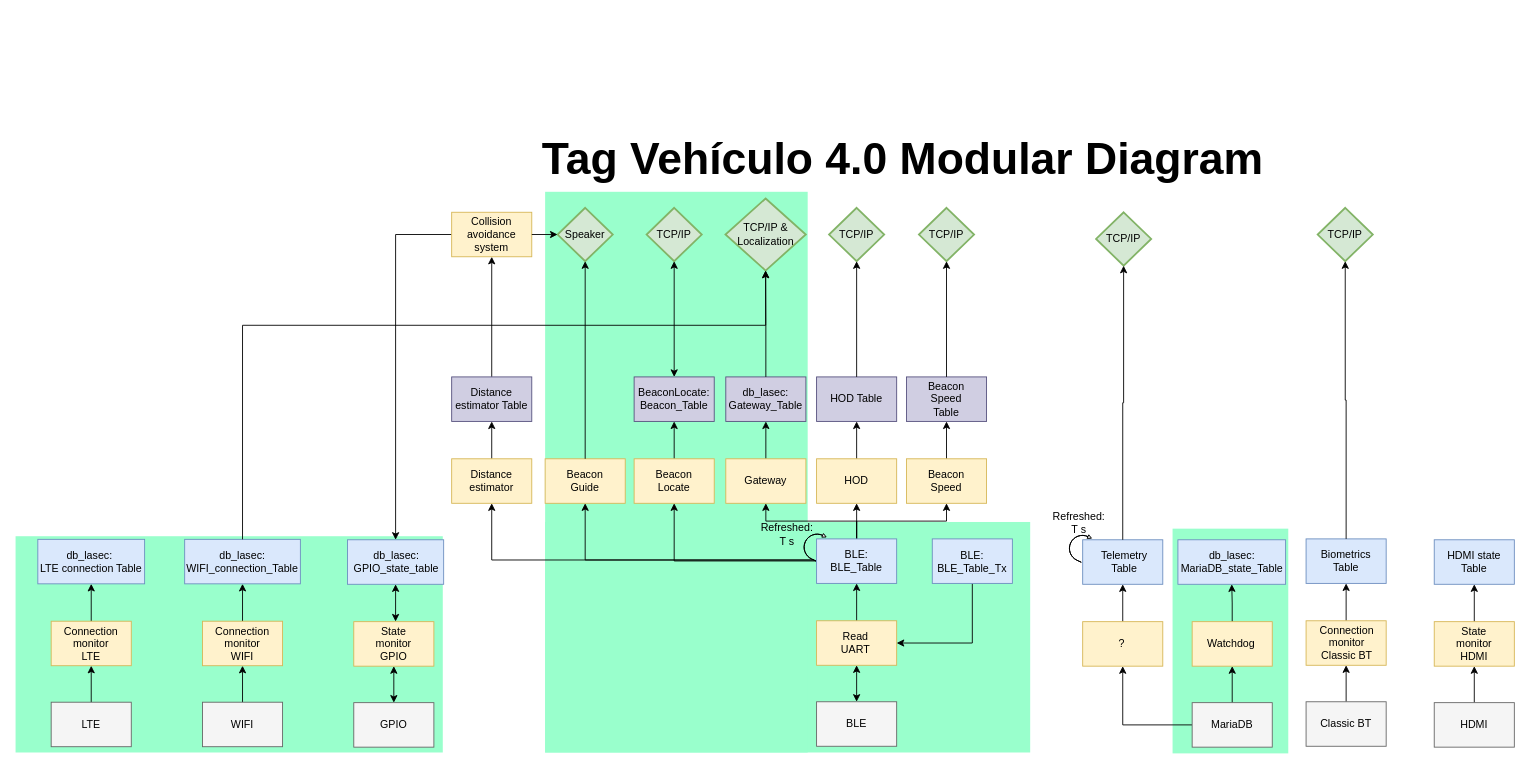
CesarRodriguez14/Tag_Vehiculo_4_0_Diagramas keeps this draw.io diagram as Diagrama modular de Tag Vehiculo 4_0.drawio. Above is the earlier version. Source tidied: cells renumbered, new cells numbered last; positions are measured from the earlier drawing's top-left corner, leaving out a move shared by most shapes. Both pictures are drawn from the tidied source at 89%, with x=0, y=0 at pixel (15, 135).
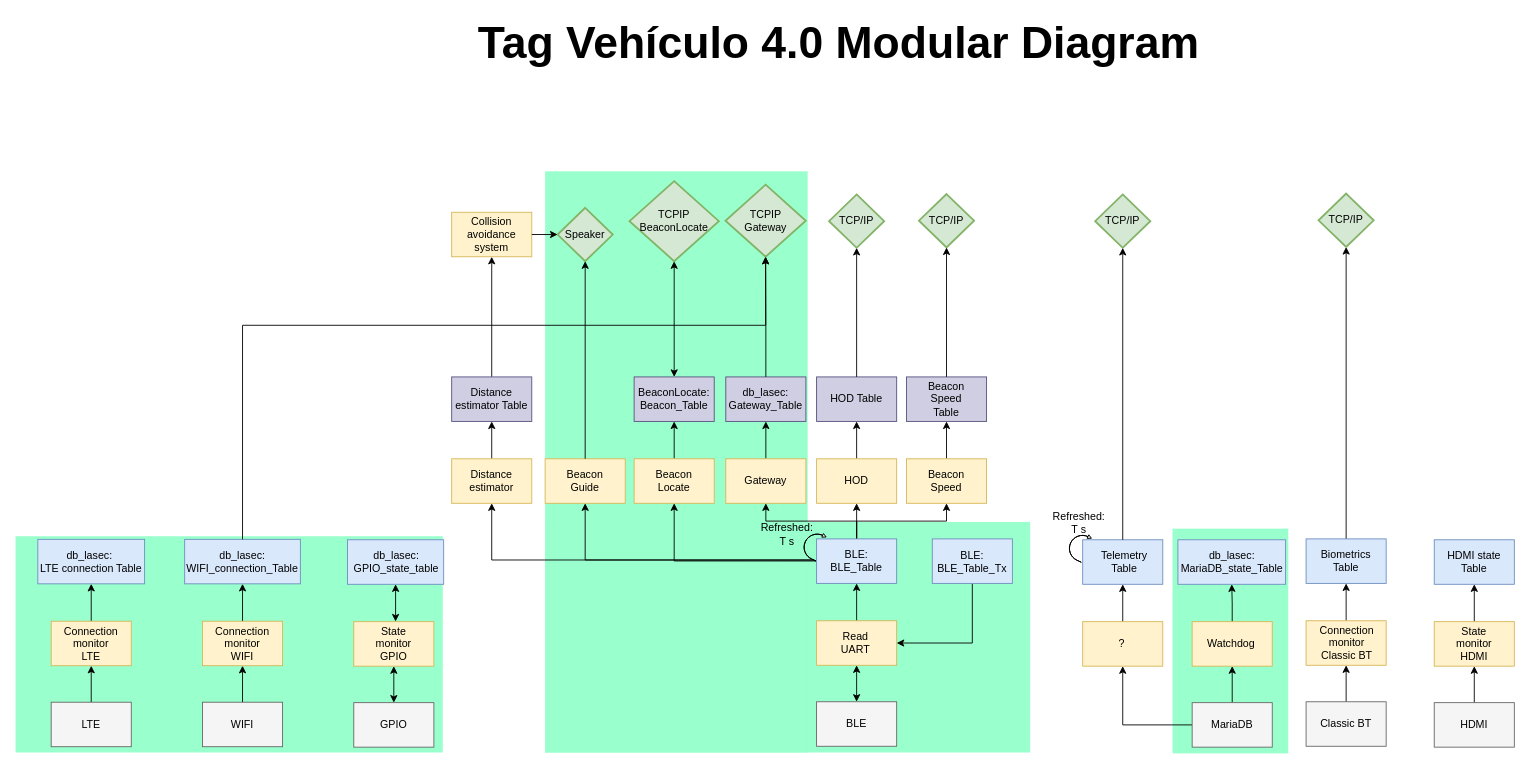
The same page after the edit.

Commit message:
Guardar aplicaciones TCPIP

The change refers to these unchanged cells:
```xml
<mxCell id="53" style="rounded=0;whiteSpace=wrap;html=1;fillColor=#dae8fc;strokeColor=#6c8ebf;" parent="1" vertex="1">
  <mxGeometry x="1450" y="453" width="90" height="50" as="geometry" />
</mxCell>
<mxCell id="60" style="rounded=0;whiteSpace=wrap;html=1;fillColor=#d0cee2;strokeColor=#56517e;" parent="1" vertex="1">
  <mxGeometry x="695" y="271" width="90" height="50" as="geometry" />
</mxCell>
<mxCell id="89" style="rounded=0;whiteSpace=wrap;html=1;fillColor=#dae8fc;strokeColor=#6c8ebf;" parent="1" vertex="1">
  <mxGeometry x="373" y="454" width="108" height="50" as="geometry" />
</mxCell>
<mxCell id="98" value="Speaker" style="strokeWidth=2;html=1;shape=mxgraph.flowchart.decision;whiteSpace=wrap;fillColor=#d5e8d4;strokeColor=#82b366;" parent="1" vertex="1">
  <mxGeometry x="609" y="81" width="62" height="60" as="geometry" />
</mxCell>
<mxCell id="119" value="Collision avoidance system" style="rounded=0;whiteSpace=wrap;html=1;fillColor=#fff2cc;strokeColor=#d6b656;" parent="1" vertex="1">
  <mxGeometry x="490" y="86" width="90" height="50" as="geometry" />
</mxCell>
```

Diff of the diagram source:
```diff
@@
     <mxCell id="5" style="rounded=0;whiteSpace=wrap;html=1;fillColor=#99FFCC;strokeColor=none;" parent="1" vertex="1">
-      <mxGeometry x="595" y="63" width="295" height="630" as="geometry" />
+      <mxGeometry x="595" y="40" width="295" height="653" as="geometry" />
     </mxCell>
@@
     <mxCell id="49" value="TCP/IP" style="strokeWidth=2;html=1;shape=mxgraph.flowchart.decision;whiteSpace=wrap;fillColor=#d5e8d4;strokeColor=#82b366;" parent="1" vertex="1">
-      <mxGeometry x="1214" y="86" width="62" height="60" as="geometry" />
+      <mxGeometry x="1213" y="66" width="62" height="60" as="geometry" />
     </mxCell>
@@
+    <mxCell id="56" style="edgeStyle=orthogonalEdgeStyle;rounded=0;jettySize=auto;html=1;" parent="1" edge="1" source="53" target="55">
+      <mxGeometry relative="1" as="geometry" />
+    </mxCell>
@@
     <mxCell id="55" value="TCP/IP" style="strokeWidth=2;html=1;shape=mxgraph.flowchart.decision;whiteSpace=wrap;fillColor=#d5e8d4;strokeColor=#82b366;" parent="1" vertex="1">
-      <mxGeometry x="1463" y="81" width="62" height="60" as="geometry" />
+      <mxGeometry x="1464" y="65" width="62" height="60" as="geometry" />
     </mxCell>
-    <mxCell id="56" style="edgeStyle=orthogonalEdgeStyle;rounded=0;jettySize=auto;html=1;exitX=0.5;exitY=0;exitDx=0;exitDy=0;entryX=0.5;entryY=1;entryDx=0;entryDy=0;entryPerimeter=0;" parent="1" edge="1" source="53" target="55">
-      <mxGeometry relative="1" as="geometry" />
-    </mxCell>
@@
-    <mxCell id="62" value="TCP/IP" style="strokeWidth=2;html=1;shape=mxgraph.flowchart.decision;whiteSpace=wrap;fillColor=#d5e8d4;strokeColor=#82b366;" parent="1" vertex="1">
-      <mxGeometry x="709" y="81" width="62" height="60" as="geometry" />
-    </mxCell>
@@
-    <mxCell id="80" value="TCP/IP &amp;amp; Localization" style="strokeWidth=2;html=1;shape=mxgraph.flowchart.decision;whiteSpace=wrap;fillColor=#d5e8d4;strokeColor=#82b366;" parent="1" vertex="1">
-      <mxGeometry x="797.6" y="70.5" width="90.3" height="81" as="geometry" />
+    <mxCell id="80" value="TCPIP&lt;div&gt;Gateway&lt;/div&gt;" style="strokeWidth=2;html=1;shape=mxgraph.flowchart.decision;whiteSpace=wrap;fillColor=#d5e8d4;strokeColor=#82b366;" parent="1" vertex="1">
+      <mxGeometry x="797.6" y="55" width="90.3" height="81" as="geometry" />
     </mxCell>
@@
     <mxCell id="82" value="TCP/IP" style="strokeWidth=2;html=1;shape=mxgraph.flowchart.decision;whiteSpace=wrap;fillColor=#d5e8d4;strokeColor=#82b366;" parent="1" vertex="1">
-      <mxGeometry x="914" y="81" width="62" height="60" as="geometry" />
+      <mxGeometry x="914" y="66" width="62" height="60" as="geometry" />
     </mxCell>
@@
     <mxCell id="84" value="TCP/IP" style="strokeWidth=2;html=1;shape=mxgraph.flowchart.decision;whiteSpace=wrap;fillColor=#d5e8d4;strokeColor=#82b366;" parent="1" vertex="1">
-      <mxGeometry x="1015" y="81" width="62" height="60" as="geometry" />
+      <mxGeometry x="1015" y="65.5" width="62" height="60" as="geometry" />
     </mxCell>
@@
     <mxCell id="86" value="Tag Vehículo 4.0 Modular Diagram" style="text;html=1;align=center;verticalAlign=middle;whiteSpace=wrap;rounded=0;fontSize=50;fontStyle=1;" parent="1" vertex="1">
-      <mxGeometry x="502" width="990" height="50" as="geometry" />
+      <mxGeometry x="430" y="-130" width="990" height="50" as="geometry" />
     </mxCell>
@@
-    <mxCell id="95" style="endArrow=classic;startArrow=classic;html=1;rounded=0;exitX=0.5;exitY=0;exitDx=0;exitDy=0;entryX=0.5;entryY=1;entryDx=0;entryDy=0;entryPerimeter=0;" parent="1" edge="1" source="60" target="62">
-      <mxGeometry relative="1" as="geometry" />
+    <mxCell id="95" style="endArrow=classic;startArrow=classic;html=1;rounded=0;exitX=0.5;exitY=0;exitDx=0;exitDy=0;entryX=0.5;entryY=1;entryDx=0;entryDy=0;entryPerimeter=0;" parent="1" edge="1" source="60">
+      <mxGeometry relative="1" as="geometry">
+        <mxPoint x="740" y="141" as="targetPoint" />
+      </mxGeometry>
     </mxCell>
@@
-    <mxCell id="118" style="edgeStyle=orthogonalEdgeStyle;rounded=0;jettySize=auto;html=1;exitX=0;exitY=0.5;exitDx=0;exitDy=0;entryX=0.5;entryY=0;entryDx=0;entryDy=0;" parent="1" edge="1" source="119" target="89">
-      <mxGeometry relative="1" as="geometry" />
-    </mxCell>
@@
-    <mxCell id="120" style="edgeStyle=orthogonalEdgeStyle;rounded=0;jettySize=auto;html=1;exitX=1;exitY=0.5;exitDx=0;exitDy=0;entryX=0;entryY=0.5;entryDx=0;entryDy=0;entryPerimeter=0;" parent="1" edge="1" source="119" target="98">
-      <mxGeometry relative="1" as="geometry" />
-    </mxCell>
@@
+    <mxCell id="126" value="TCPIP&lt;div&gt;BeaconLocate&lt;/div&gt;" style="strokeWidth=2;html=1;shape=mxgraph.flowchart.decision;whiteSpace=wrap;fillColor=#d5e8d4;strokeColor=#82b366;" parent="1" vertex="1">
+      <mxGeometry x="689.8" y="51" width="100.4" height="90" as="geometry" />
+    </mxCell>
+    <mxCell id="120" style="edgeStyle=orthogonalEdgeStyle;rounded=0;jettySize=auto;html=1;exitX=1;exitY=0.5;exitDx=0;exitDy=0;entryX=0;entryY=0.5;entryDx=0;entryDy=0;entryPerimeter=0;" parent="1" edge="1" source="119" target="98">
+      <mxGeometry relative="1" as="geometry" />
+    </mxCell>
```
